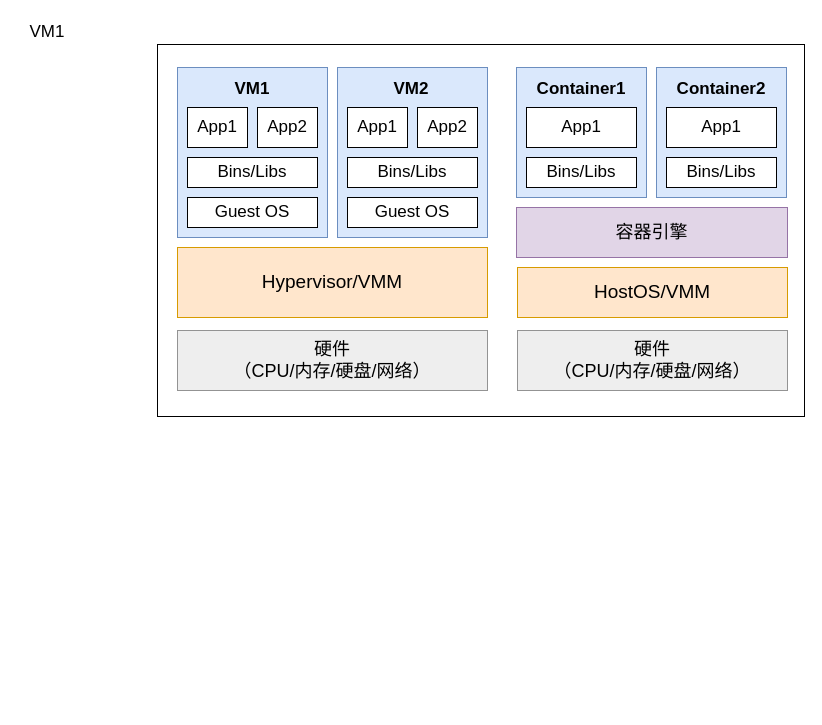
Above: 虚拟化_容器.drawio in TouyamaRie/My_pictures (draw.io), before the change. Source tidied: cells renumbered, new cells numbered last; positions are measured from the earlier drawing's top-left corner, leaving out a move shared by most shapes. Both pictures are drawn from the tidied source at 100%, with x=0, y=0 at pixel (17, 17).
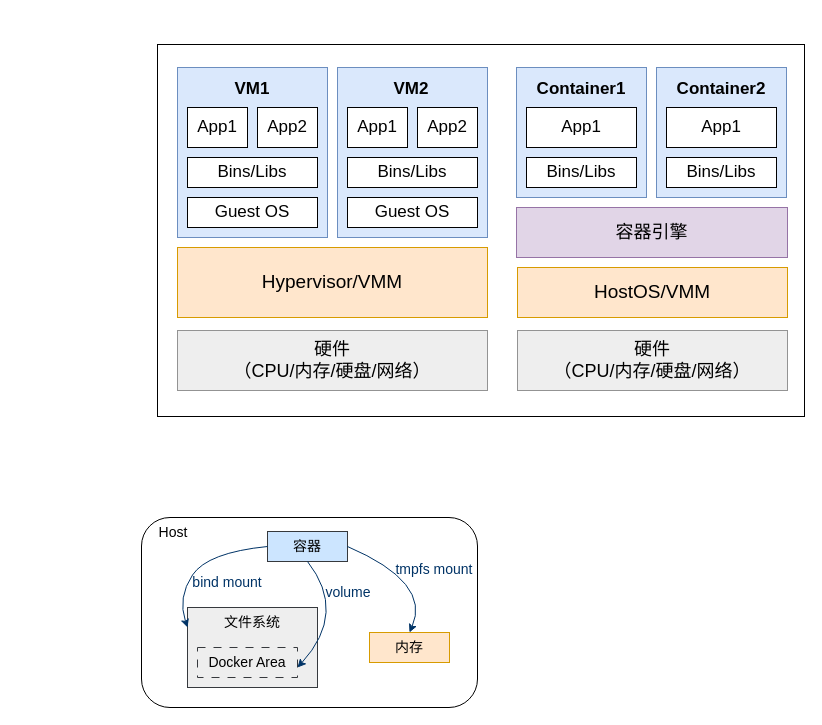
The same page after the edit.

Commit message:
更新虚拟化_容器.drawio

Change to the diagram source:
```diff
@@
+    <mxCell id="29" style="rounded=1;whiteSpace=wrap;html=1;fontSize=14;fillColor=none;" parent="1" vertex="1">
+      <mxGeometry x="124" y="500" width="336" height="190" as="geometry" />
+    </mxCell>
+    <mxCell id="30" value="&lt;font&gt;Host&lt;/font&gt;" style="text;html=1;align=center;verticalAlign=middle;whiteSpace=wrap;rounded=0;fontSize=14;" parent="1" vertex="1">
+      <mxGeometry x="124" y="500" width="64" height="30" as="geometry" />
+    </mxCell>
@@
-    <mxCell id="10" value="&lt;font style=&quot;font-size: 17px;&quot;&gt;VM1&lt;/font&gt;" style="text;html=1;align=center;verticalAlign=middle;whiteSpace=wrap;rounded=0;" parent="1" vertex="1">
-      <mxGeometry width="60" height="30" as="geometry" />
-    </mxCell>
@@
+    <mxCell id="31" value="&lt;font&gt;容器&lt;/font&gt;" style="rounded=0;whiteSpace=wrap;html=1;fillColor=#cce5ff;strokeColor=#36393d;fontSize=14;" parent="1" vertex="1">
+      <mxGeometry x="250" y="514" width="80" height="30" as="geometry" />
+    </mxCell>
+    <mxCell id="32" style="rounded=0;whiteSpace=wrap;html=1;fillColor=#eeeeee;strokeColor=#36393d;fontSize=14;" parent="1" vertex="1">
+      <mxGeometry x="170" y="590" width="130" height="80" as="geometry" />
+    </mxCell>
+    <mxCell id="10" value="&lt;font&gt;文件系统&lt;/font&gt;" style="text;html=1;align=center;verticalAlign=middle;whiteSpace=wrap;rounded=0;fontSize=14;" parent="1" vertex="1">
+      <mxGeometry x="200" y="590" width="70" height="30" as="geometry" />
+    </mxCell>
+    <mxCell id="33" value="&lt;font&gt;Docker Area&lt;/font&gt;" style="rounded=0;whiteSpace=wrap;html=1;dashed=1;dashPattern=8 8;fillColor=#eeeeee;strokeColor=#36393d;fontSize=14;" parent="1" vertex="1">
+      <mxGeometry x="180" y="630" width="100" height="30" as="geometry" />
+    </mxCell>
+    <mxCell id="34" value="&lt;font&gt;内存&lt;/font&gt;" style="rounded=0;whiteSpace=wrap;html=1;fillColor=#ffe6cc;strokeColor=#d79b00;fontSize=14;" parent="1" vertex="1">
+      <mxGeometry x="352" y="615" width="80" height="30" as="geometry" />
+    </mxCell>
+    <mxCell id="35" style="curved=1;endArrow=classic;html=1;rounded=0;exitX=0;exitY=0.5;exitDx=0;exitDy=0;entryX=0;entryY=0.25;entryDx=0;entryDy=0;strokeColor=#003366;fontSize=14;" parent="1" edge="1" source="31" target="32">
+      <mxGeometry relative="1" as="geometry">
+        <Array as="points">
+          <mxPoint x="190" y="535" />
+          <mxPoint x="160" y="580" />
+        </Array>
+      </mxGeometry>
+    </mxCell>
+    <mxCell id="36" style="curved=1;endArrow=classic;html=1;rounded=0;exitX=0.5;exitY=1;exitDx=0;exitDy=0;strokeColor=#003366;fontSize=14;" parent="1" edge="1" source="31">
+      <mxGeometry relative="1" as="geometry">
+        <mxPoint x="280" y="650" as="targetPoint" />
+        <Array as="points">
+          <mxPoint x="330" y="595" />
+        </Array>
+      </mxGeometry>
+    </mxCell>
+    <mxCell id="37" style="curved=1;endArrow=classic;html=1;rounded=0;exitX=1;exitY=0.5;exitDx=0;exitDy=0;entryX=0.5;entryY=0;entryDx=0;entryDy=0;strokeColor=#003366;fontSize=14;" parent="1" edge="1" source="31" target="34">
+      <mxGeometry relative="1" as="geometry">
+        <Array as="points">
+          <mxPoint x="414" y="565" />
+        </Array>
+      </mxGeometry>
+    </mxCell>
+    <mxCell id="38" value="&lt;font&gt;bind mount&lt;/font&gt;" style="text;html=1;align=center;verticalAlign=middle;whiteSpace=wrap;rounded=0;fontSize=14;fontColor=#003366;" parent="1" vertex="1">
+      <mxGeometry x="170" y="550" width="80" height="30" as="geometry" />
+    </mxCell>
+    <mxCell id="39" value="&lt;font&gt;volume&lt;/font&gt;" style="text;html=1;align=center;verticalAlign=middle;whiteSpace=wrap;rounded=0;fontSize=14;fontColor=#003366;" parent="1" vertex="1">
+      <mxGeometry x="296" y="560" width="70" height="30" as="geometry" />
+    </mxCell>
+    <mxCell id="40" value="&lt;font&gt;tmpfs mount&lt;/font&gt;" style="text;html=1;align=center;verticalAlign=middle;whiteSpace=wrap;rounded=0;fontSize=14;fontColor=#003366;" parent="1" vertex="1">
+      <mxGeometry x="377" y="537" width="80" height="30" as="geometry" />
+    </mxCell>
```
